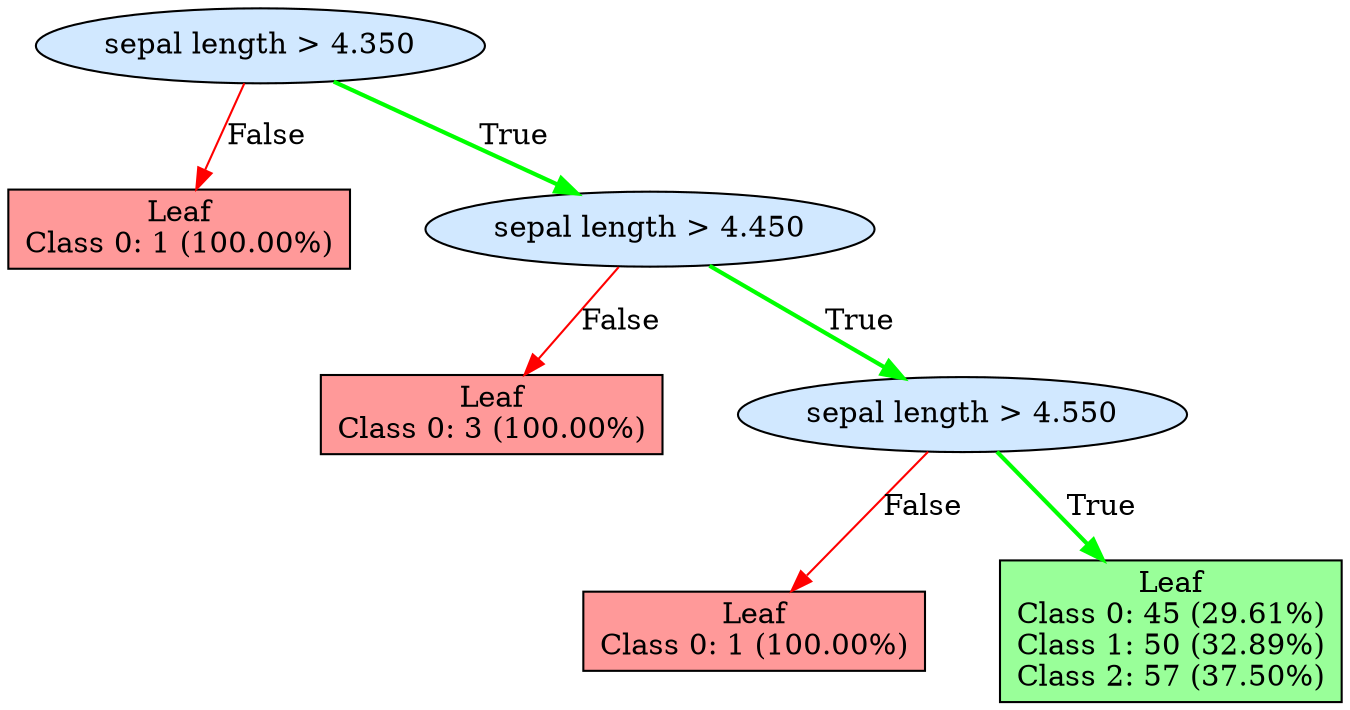
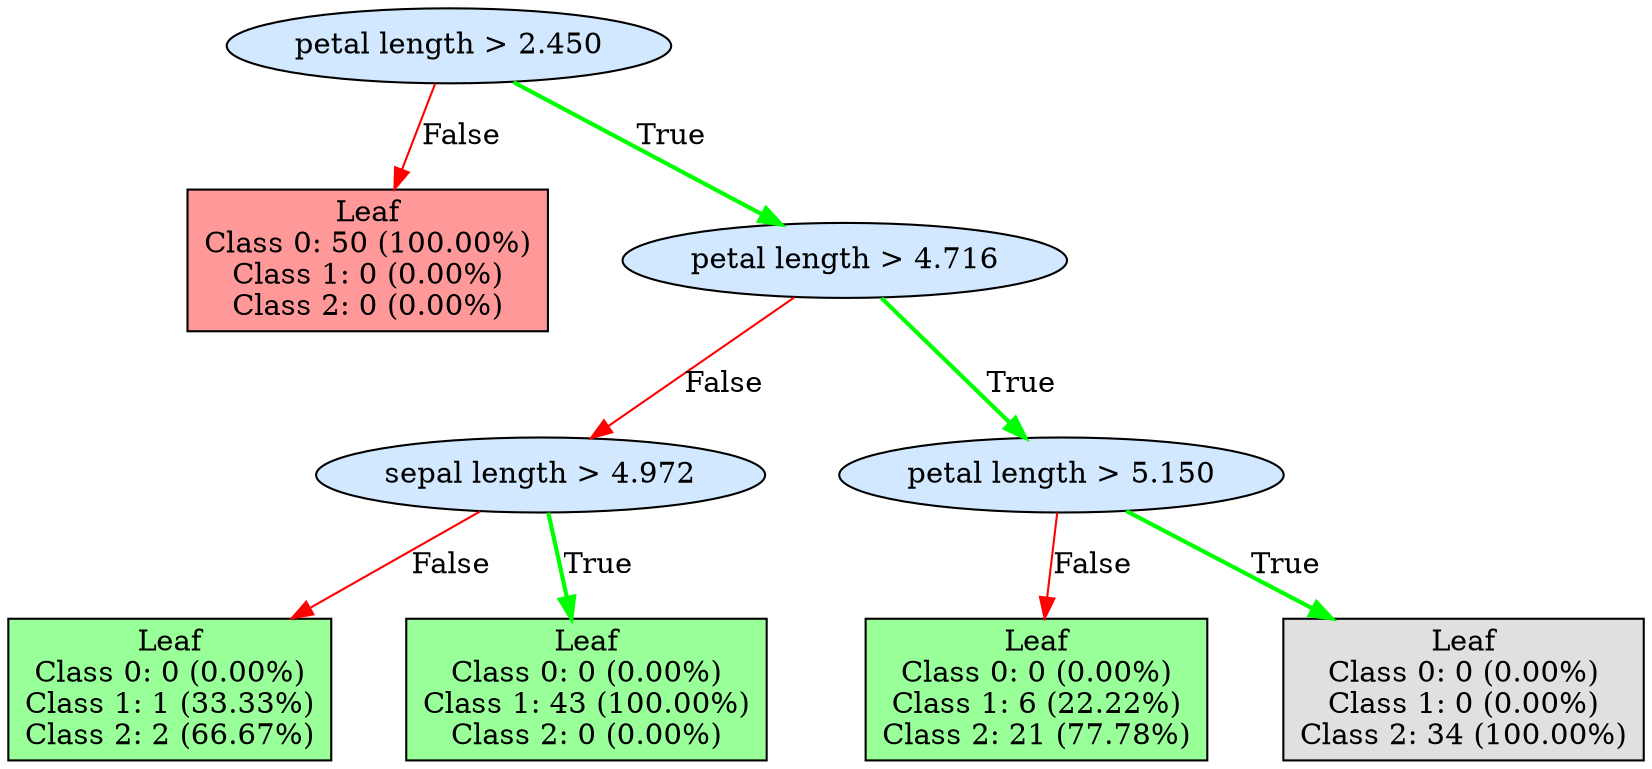
digraph DecisionTree {
    graph [rankdir=TB, nodesep=0.5, ranksep=0.5, fontname="Arial"];
-     node0 [label="sepal length > 4.350", shape=ellipse, style=filled, fillcolor="#D1E8FF"];
-     node1 [label="Leaf\nClass 0: 1 (100.00%)\n", shape=box, style=filled, fillcolor="#FF9999"];
+     node0 [label="petal length > 2.450", shape=ellipse, style=filled, fillcolor="#D1E8FF"];
+     node1 [label="Leaf\nClass 0: 50 (100.00%)\nClass 1: 0 (0.00%)\nClass 2: 0 (0.00%)\n", shape=box, style=filled, fillcolor="#FF9999"];
    node0 -> node1 [label="False", color="red"];
-     node2 [label="sepal length > 4.450", shape=ellipse, style=filled, fillcolor="#D1E8FF"];
-     node3 [label="Leaf\nClass 0: 3 (100.00%)\n", shape=box, style=filled, fillcolor="#FF9999"];
+     node2 [label="petal length > 4.716", shape=ellipse, style=filled, fillcolor="#D1E8FF"];
+     node3 [label="sepal length > 4.972", shape=ellipse, style=filled, fillcolor="#D1E8FF"];
+     node4 [label="Leaf\nClass 0: 0 (0.00%)\nClass 1: 1 (33.33%)\nClass 2: 2 (66.67%)\n", shape=box, style=filled, fillcolor="#99FF99"];
+     node3 -> node4 [label="False", color="red"];
+     node5 [label="Leaf\nClass 0: 0 (0.00%)\nClass 1: 43 (100.00%)\nClass 2: 0 (0.00%)\n", shape=box, style=filled, fillcolor="#99FF99"];
+     node3 -> node5 [label="True", color="green", penwidth=2];
    node2 -> node3 [label="False", color="red"];
-     node4 [label="sepal length > 4.550", shape=ellipse, style=filled, fillcolor="#D1E8FF"];
-     node5 [label="Leaf\nClass 0: 1 (100.00%)\n", shape=box, style=filled, fillcolor="#FF9999"];
-     node4 -> node5 [label="False", color="red"];
-     node6 [label="Leaf\nClass 0: 45 (29.61%)\nClass 1: 50 (32.89%)\nClass 2: 57 (37.50%)\n", shape=box, style=filled, fillcolor="#99FF99"];
-     node4 -> node6 [label="True", color="green", penwidth=2];
-     node2 -> node4 [label="True", color="green", penwidth=2];
+     node6 [label="petal length > 5.150", shape=ellipse, style=filled, fillcolor="#D1E8FF"];
+     node7 [label="Leaf\nClass 0: 0 (0.00%)\nClass 1: 6 (22.22%)\nClass 2: 21 (77.78%)\n", shape=box, style=filled, fillcolor="#99FF99"];
+     node6 -> node7 [label="False", color="red"];
+     node8 [label="Leaf\nClass 0: 0 (0.00%)\nClass 1: 0 (0.00%)\nClass 2: 34 (100.00%)\n", shape=box, style=filled, fillcolor="#E0E0E0"];
+     node6 -> node8 [label="True", color="green", penwidth=2];
+     node2 -> node6 [label="True", color="green", penwidth=2];
    node0 -> node2 [label="True", color="green", penwidth=2];
}
